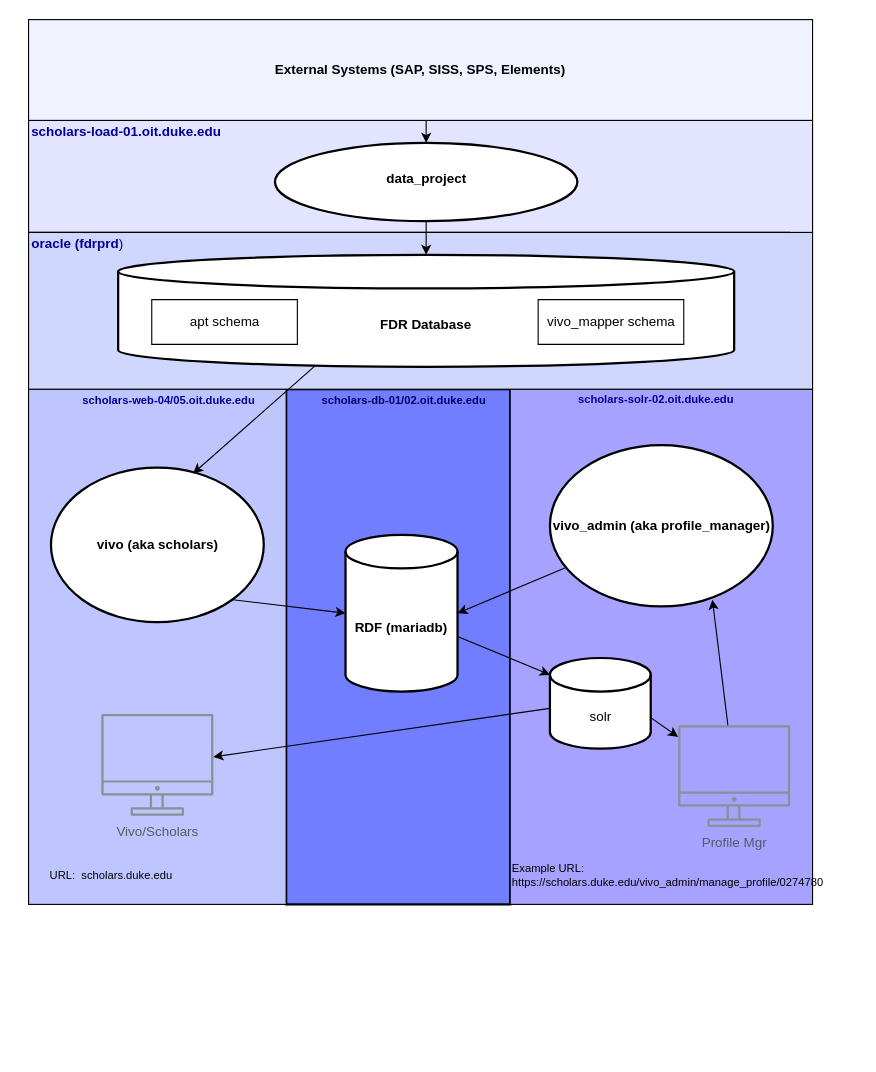
Before: Untitled Diagram.drawio in tibbs001/scholars, a draw.io diagram. Source tidied: cells renumbered, new cells numbered last; positions are measured from the earlier drawing's top-left corner, leaving out a move shared by most shapes. Both pictures are drawn from the tidied source at 112%, with x=0, y=0 at pixel (19, 19).
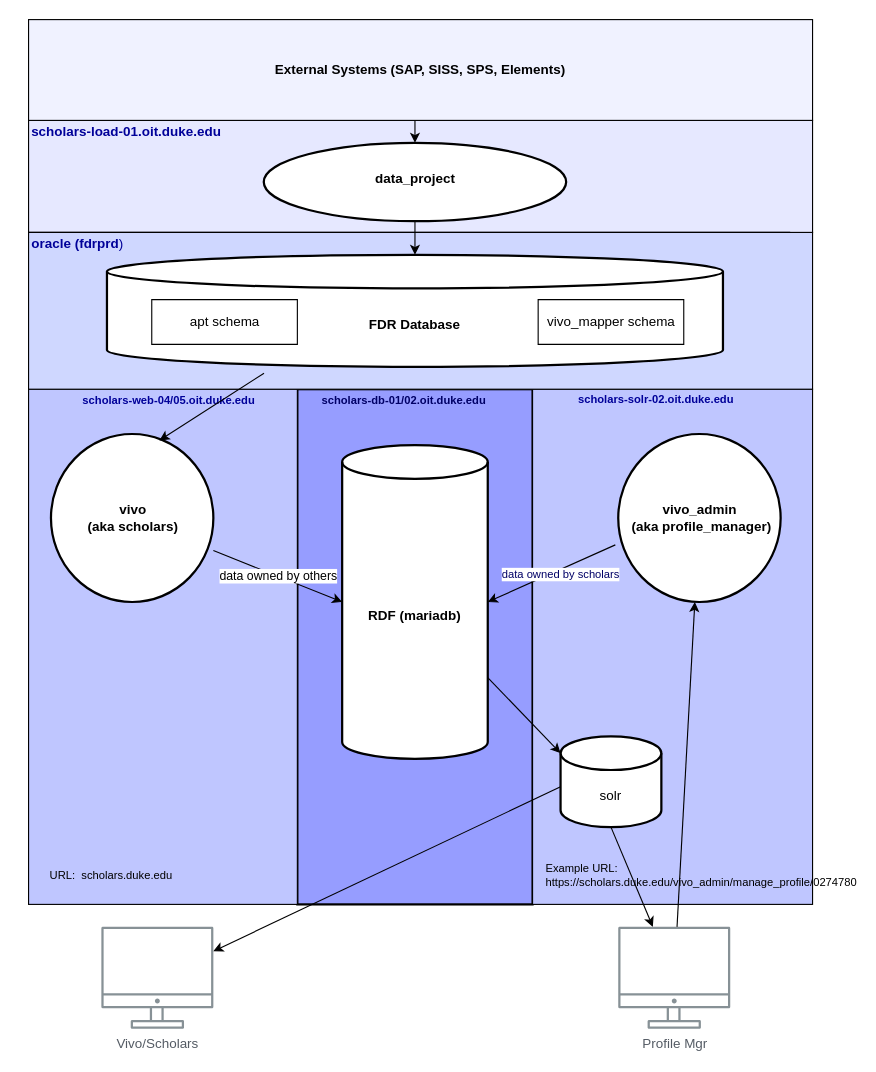
After the change.

The edit, as a diff of the source:
```diff
@@
-    <mxCell id="2" style="rounded=0;whiteSpace=wrap;html=1;labelBackgroundColor=none;labelBorderColor=none;fontSize=10;fontColor=#000000;strokeWidth=2;fillColor=#707EFF;" parent="1" vertex="1">
-      <mxGeometry x="238" y="330" width="200" height="460" as="geometry" />
+    <mxCell id="2" style="rounded=0;whiteSpace=wrap;html=1;labelBackgroundColor=none;labelBorderColor=none;fontSize=10;fontColor=#000000;strokeWidth=2;fillColor=#969DFF;" parent="1" vertex="1">
+      <mxGeometry x="248" y="330" width="210" height="460" as="geometry" />
     </mxCell>
-    <mxCell id="3" style="rounded=0;whiteSpace=wrap;html=1;fillColor=#A7A1FF;" parent="1" vertex="1">
-      <mxGeometry x="438" y="330" width="270" height="460" as="geometry" />
+    <mxCell id="3" style="rounded=0;whiteSpace=wrap;html=1;fillColor=#BFC6FF;" parent="1" vertex="1">
+      <mxGeometry x="458" y="330" width="250" height="460" as="geometry" />
     </mxCell>
     <mxCell id="4" style="rounded=0;whiteSpace=wrap;html=1;fillColor=#BFC6FF;" parent="1" vertex="1">
-      <mxGeometry x="8" y="330" width="230" height="460" as="geometry" />
+      <mxGeometry x="8" y="330" width="240" height="460" as="geometry" />
     </mxCell>
@@
-    <mxCell id="6" style="rounded=0;whiteSpace=wrap;html=1;labelBackgroundColor=none;fillColor=#E3E4FF;" parent="1" vertex="1">
+    <mxCell id="6" style="rounded=0;whiteSpace=wrap;html=1;labelBackgroundColor=none;fillColor=#E6E8FF;" parent="1" vertex="1">
       <mxGeometry x="8" y="90" width="700" height="100" as="geometry" />
     </mxCell>
     <mxCell id="7" value="&lt;div&gt;&lt;span&gt;data_project&lt;/span&gt;&lt;/div&gt;&lt;div&gt;&lt;span&gt;&lt;br&gt;&lt;br&gt;&lt;/span&gt;&lt;/div&gt;" style="verticalLabelPosition=middle;verticalAlign=bottom;html=1;shape=mxgraph.flowchart.on-page_reference;fontStyle=1;horizontal=1;labelPosition=center;align=center;labelBorderColor=none;strokeWidth=2;" parent="1" vertex="1">
-      <mxGeometry x="228" y="110" width="270" height="70" as="geometry" />
+      <mxGeometry x="218" y="110" width="270" height="70" as="geometry" />
     </mxCell>
@@
     <mxCell id="10" value="&lt;div&gt;Vivo/Scholars&lt;/div&gt;" style="sketch=0;outlineConnect=0;gradientColor=none;fontColor=#545B64;strokeColor=none;fillColor=#879196;dashed=0;verticalLabelPosition=bottom;verticalAlign=top;align=center;html=1;fontSize=12;fontStyle=0;shape=mxgraph.aws4.illustration_desktop;" parent="1" vertex="1">
-      <mxGeometry x="73" y="620" width="100" height="91" as="geometry" />
+      <mxGeometry x="73" y="810" width="100" height="91" as="geometry" />
     </mxCell>
     <mxCell id="11" value="&lt;div&gt;Profile Mgr &lt;br&gt;&lt;/div&gt;" style="sketch=0;outlineConnect=0;gradientColor=none;fontColor=#545B64;strokeColor=none;fillColor=#879196;dashed=0;verticalLabelPosition=bottom;verticalAlign=top;align=center;html=1;fontSize=12;fontStyle=0;shape=mxgraph.aws4.illustration_desktop;" parent="1" vertex="1">
-      <mxGeometry x="588" y="630" width="100" height="91" as="geometry" />
+      <mxGeometry x="534.5" y="810" width="100" height="91" as="geometry" />
     </mxCell>
     <mxCell id="12" value="&lt;b&gt;FDR Database&lt;/b&gt;" style="shape=cylinder3;whiteSpace=wrap;html=1;boundedLbl=1;backgroundOutline=1;size=15;strokeWidth=2;" parent="1" vertex="1">
-      <mxGeometry x="88" y="210" width="550" height="100" as="geometry" />
+      <mxGeometry x="78" y="210" width="550" height="100" as="geometry" />
     </mxCell>
-    <mxCell id="13" value="&lt;b&gt;vivo (aka scholars)&lt;/b&gt;" style="verticalLabelPosition=middle;verticalAlign=middle;html=1;shape=mxgraph.flowchart.on-page_reference;fontStyle=0;horizontal=1;labelPosition=center;align=center;strokeWidth=2;" parent="1" vertex="1">
-      <mxGeometry x="28" y="400" width="190" height="138" as="geometry" />
+    <mxCell id="13" value="&lt;div&gt;&lt;b&gt;vivo &lt;br&gt;&lt;/b&gt;&lt;/div&gt;&lt;div&gt;&lt;b&gt;(aka scholars)&lt;/b&gt;&lt;/div&gt;" style="verticalLabelPosition=middle;verticalAlign=middle;html=1;shape=mxgraph.flowchart.on-page_reference;fontStyle=0;horizontal=1;labelPosition=center;align=center;strokeWidth=2;" parent="1" vertex="1">
+      <mxGeometry x="28" y="370" width="145" height="150" as="geometry" />
     </mxCell>
-    <mxCell id="14" value="&lt;b&gt;vivo_admin (aka profile_manager)&lt;/b&gt;" style="verticalLabelPosition=middle;verticalAlign=middle;html=1;shape=mxgraph.flowchart.on-page_reference;fontStyle=0;horizontal=1;labelPosition=center;align=center;strokeWidth=2;" parent="1" vertex="1">
-      <mxGeometry x="473.5" y="380" width="199" height="144" as="geometry" />
+    <mxCell id="14" value="&lt;div&gt;&lt;b&gt;vivo_admin&lt;/b&gt;&lt;/div&gt;&lt;div&gt;&lt;b&gt;&amp;nbsp;(aka profile_manager)&lt;/b&gt;&lt;/div&gt;" style="verticalLabelPosition=middle;verticalAlign=middle;html=1;shape=mxgraph.flowchart.on-page_reference;fontStyle=0;horizontal=1;labelPosition=center;align=center;strokeWidth=2;" parent="1" vertex="1">
+      <mxGeometry x="534.5" y="370" width="145" height="150" as="geometry" />
     </mxCell>
@@
-    <mxCell id="19" style="endArrow=classic;html=1;rounded=0;curved=1;entryX=0.729;entryY=0.958;entryDx=0;entryDy=0;entryPerimeter=0;" parent="1" edge="1" source="11" target="14">
+    <mxCell id="19" style="endArrow=classic;html=1;rounded=0;curved=1;" parent="1" edge="1" source="11" target="14">
       <mxGeometry relative="1" as="geometry" />
     </mxCell>
@@
-    <mxCell id="25" style="endArrow=classic;html=1;rounded=0;curved=1;exitX=0.855;exitY=0.855;exitDx=0;exitDy=0;exitPerimeter=0;entryX=0;entryY=0.5;entryDx=0;entryDy=0;entryPerimeter=0;" parent="1" edge="1" source="13" target="30">
-      <mxGeometry relative="1" as="geometry" />
-    </mxCell>
-    <mxCell id="26" style="endArrow=classic;html=1;rounded=0;curved=1;exitX=0.32;exitY=0.99;exitDx=0;exitDy=0;exitPerimeter=0;entryX=0.668;entryY=0.038;entryDx=0;entryDy=0;entryPerimeter=0;" parent="1" edge="1" source="12" target="13">
+    <mxCell id="26" style="endArrow=classic;html=1;rounded=0;curved=1;exitX=0.255;exitY=1.057;exitDx=0;exitDy=0;exitPerimeter=0;entryX=0.668;entryY=0.038;entryDx=0;entryDy=0;entryPerimeter=0;" parent="1" edge="1" source="12" target="13">
       <mxGeometry relative="1" as="geometry" />
     </mxCell>
-    <mxCell id="27" style="endArrow=classic;html=1;rounded=0;curved=1;exitX=0.075;exitY=0.757;exitDx=0;exitDy=0;exitPerimeter=0;entryX=1;entryY=0.5;entryDx=0;entryDy=0;entryPerimeter=0;" parent="1" edge="1" source="14" target="30">
+    <mxCell id="27" style="endArrow=classic;html=1;rounded=0;curved=1;exitX=-0.018;exitY=0.66;exitDx=0;exitDy=0;exitPerimeter=0;entryX=1;entryY=0.5;entryDx=0;entryDy=0;entryPerimeter=0;" parent="1" edge="1" source="14" target="30">
       <mxGeometry relative="1" as="geometry" />
     </mxCell>
+    <mxCell id="35" value="data owned by scholars" style="edgeLabel;html=1;align=center;verticalAlign=middle;fontSize=10;fontFamily=Helvetica;fontColor=#000066;" parent="27" vertex="1">
+      <mxGeometry x="-0.1" y="3" relative="1" as="geometry" />
+    </mxCell>
     <mxCell id="28" value="&lt;div style=&quot;font-size: 10px;&quot;&gt;Example URL:&lt;/div&gt;&lt;div style=&quot;font-size: 10px;&quot;&gt;https://scholars.duke.edu/vivo_admin/manage_profile/0274780&lt;br style=&quot;font-size: 10px;&quot;&gt;&lt;/div&gt;" style="text;html=1;strokeColor=none;fillColor=none;align=left;verticalAlign=middle;whiteSpace=wrap;rounded=0;labelBackgroundColor=none;labelBorderColor=none;fontColor=#000000;fontSize=10;" parent="1" vertex="1">
-      <mxGeometry x="438" y="755.5" width="308" height="17" as="geometry" />
+      <mxGeometry x="468" y="755.5" width="278" height="17" as="geometry" />
     </mxCell>
@@
     <mxCell id="30" value="&lt;b&gt;RDF (mariadb)&lt;/b&gt;" style="shape=cylinder3;whiteSpace=wrap;html=1;boundedLbl=1;backgroundOutline=1;size=15;strokeWidth=2;" parent="1" vertex="1">
-      <mxGeometry x="291" y="460" width="100" height="140" as="geometry" />
+      <mxGeometry x="288" y="380" width="130" height="280" as="geometry" />
     </mxCell>
@@
     <mxCell id="32" value="solr" style="shape=cylinder3;whiteSpace=wrap;html=1;boundedLbl=1;backgroundOutline=1;size=15;strokeWidth=2;" parent="1" vertex="1">
-      <mxGeometry x="473.5" y="570" width="90" height="81" as="geometry" />
+      <mxGeometry x="483" y="640" width="90" height="81" as="geometry" />
     </mxCell>
@@
-    <mxCell id="34" style="endArrow=classic;html=1;rounded=0;fontFamily=Helvetica;fontSize=10;fontColor=#000066;curved=1;exitX=1;exitY=0;exitDx=0;exitDy=53.25;exitPerimeter=0;" parent="1" edge="1" source="32" target="11">
+    <mxCell id="34" style="endArrow=classic;html=1;rounded=0;fontFamily=Helvetica;fontSize=10;fontColor=#000066;curved=1;exitX=0.5;exitY=1;exitDx=0;exitDy=0;exitPerimeter=0;" parent="1" edge="1" source="32" target="11">
       <mxGeometry relative="1" as="geometry" />
     </mxCell>
+    <mxCell id="25" value="data owned by others" style="endArrow=classic;html=1;rounded=0;curved=1;entryX=0;entryY=0.5;entryDx=0;entryDy=0;entryPerimeter=0;" parent="1" edge="1" source="13" target="30">
+      <mxGeometry relative="1" as="geometry" />
+    </mxCell>
```
